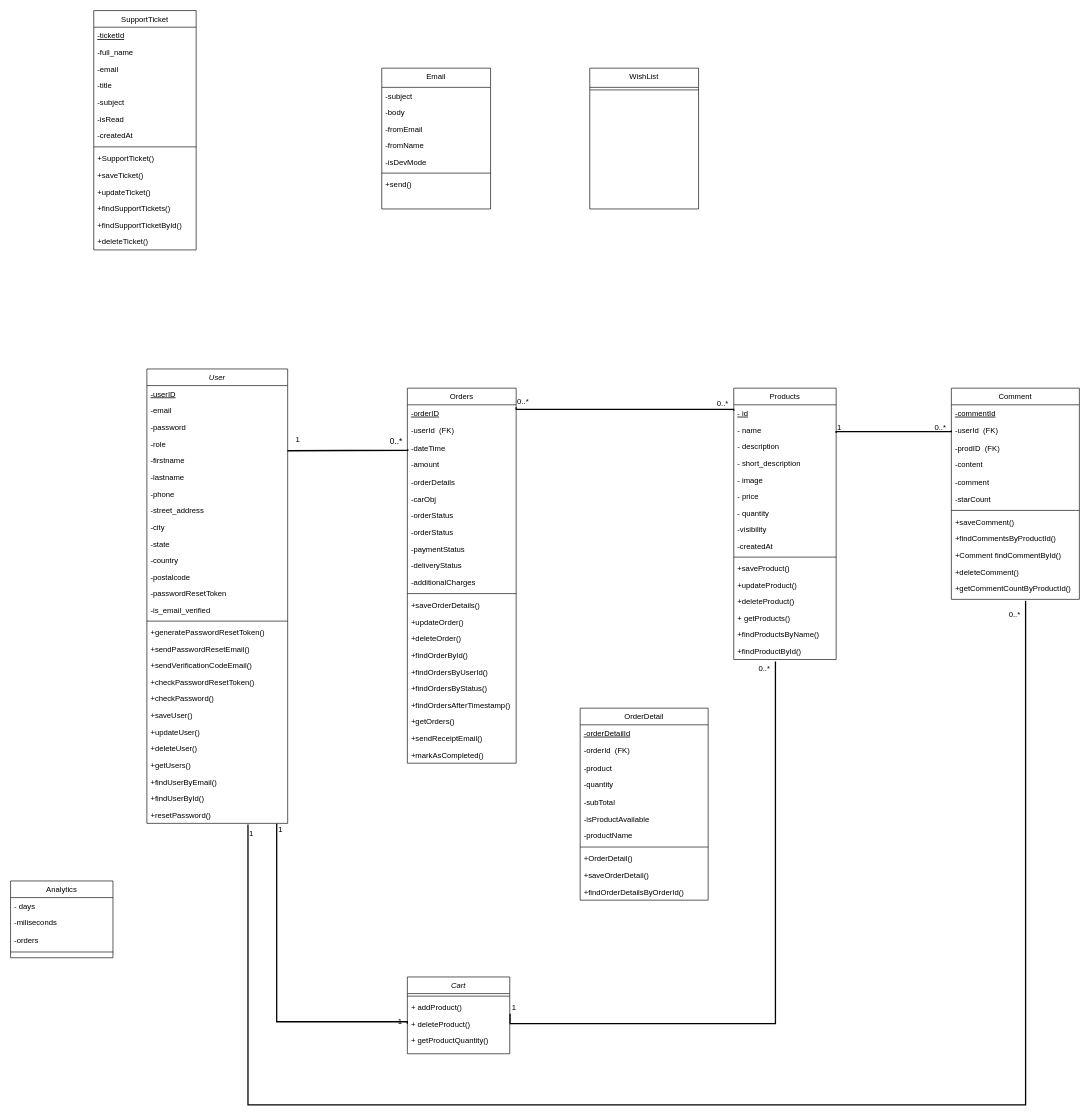
The draw.io diagram assets/diagrams/Class Diagram.drawio in isira-adithya/PUSL2024, before the edit. Source tidied: cells renumbered, new cells numbered last; positions are measured from the earlier drawing's top-left corner, leaving out a move shared by most shapes. Both pictures are drawn from the tidied source at 64%, with x=0, y=0 at pixel (10, 10).
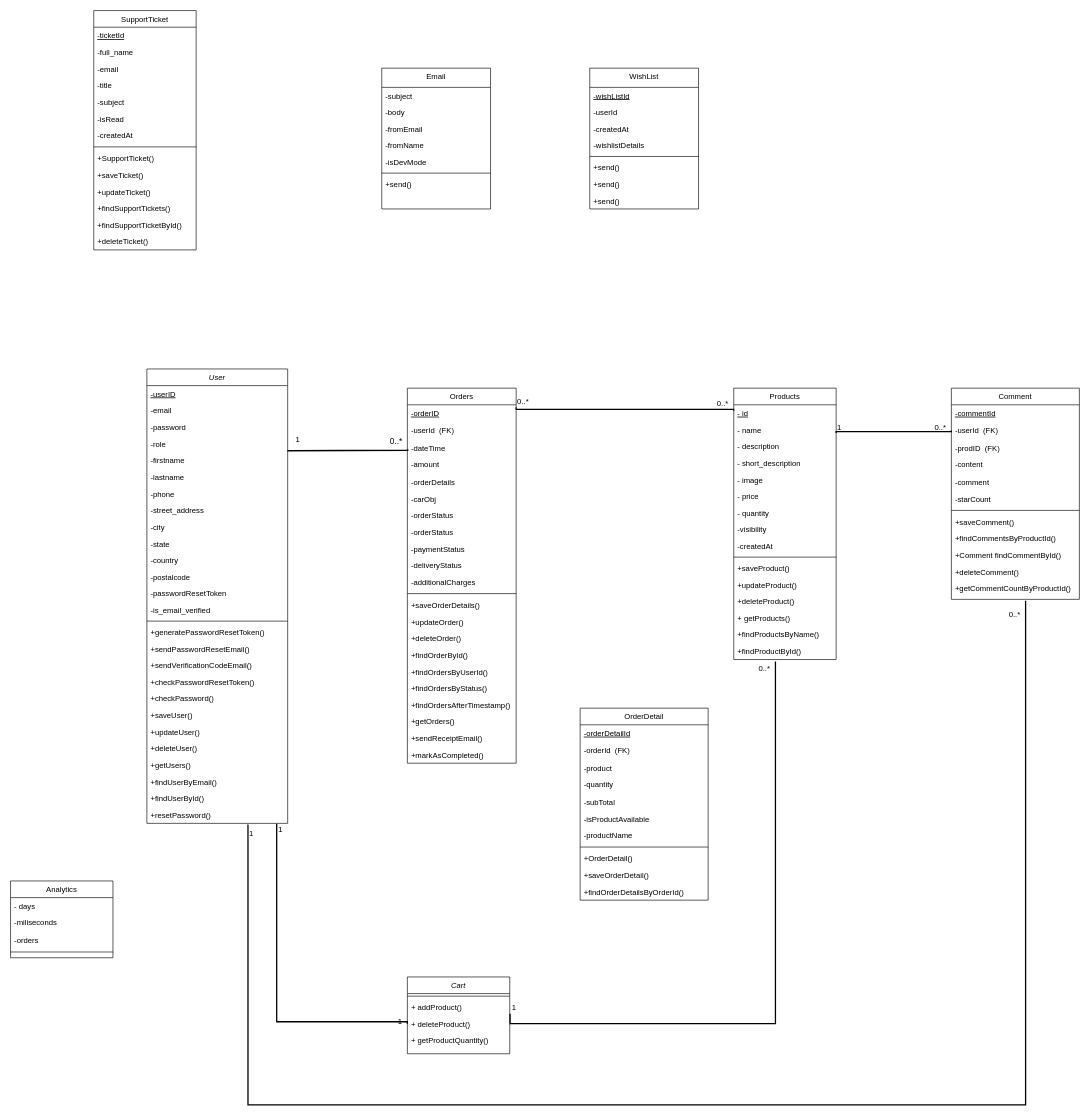
Above is the later version.

Commit message:
updated the WishList class, class diagram

The change refers to these unchanged cells:
```xml
<mxCell id="146" value="WishList" style="swimlane;fontStyle=0;align=center;verticalAlign=top;horizontal=1;startSize=30;rounded=0;shadow=0;strokeWidth=1;" parent="1" vertex="1">
  <mxGeometry x="905" y="90" width="170" height="220" as="geometry" />
</mxCell>
```

Diff of the diagram source:
```diff
@@
+    <mxCell id="148" value="-wishListId" style="text;align=left;verticalAlign=top;spacingLeft=4;spacingRight=4;overflow=hidden;fontStyle=4;" parent="146" vertex="1">
+      <mxGeometry y="30" width="170" height="26" as="geometry" />
+    </mxCell>
+    <mxCell id="149" value="-userId" style="text;align=left;verticalAlign=top;spacingLeft=4;spacingRight=4;overflow=hidden;" parent="146" vertex="1">
+      <mxGeometry y="56" width="170" height="26" as="geometry" />
+    </mxCell>
+    <mxCell id="150" value="-createdAt" style="text;align=left;verticalAlign=top;spacingLeft=4;spacingRight=4;overflow=hidden;" parent="146" vertex="1">
+      <mxGeometry y="82" width="170" height="26" as="geometry" />
+    </mxCell>
+    <mxCell id="151" value="-wishlistDetails" style="text;align=left;verticalAlign=top;spacingLeft=4;spacingRight=4;overflow=hidden;" parent="146" vertex="1">
+      <mxGeometry y="108" width="170" height="26" as="geometry" />
+    </mxCell>
     <mxCell id="147" style="line;html=1;strokeWidth=1;align=left;verticalAlign=middle;spacingTop=-1;spacingLeft=3;spacingRight=3;labelPosition=right;" parent="146" vertex="1">
-      <mxGeometry y="30" width="170" height="8" as="geometry" />
+      <mxGeometry y="134" width="170" height="8" as="geometry" />
     </mxCell>
+    <mxCell id="152" value="+send()" style="text;align=left;verticalAlign=top;spacingLeft=4;spacingRight=4;overflow=hidden;" parent="146" vertex="1">
+      <mxGeometry y="142" width="170" height="26" as="geometry" />
+    </mxCell>
+    <mxCell id="153" value="+send()" style="text;align=left;verticalAlign=top;spacingLeft=4;spacingRight=4;overflow=hidden;" parent="146" vertex="1">
+      <mxGeometry y="168" width="170" height="26" as="geometry" />
+    </mxCell>
+    <mxCell id="154" value="+send()" style="text;align=left;verticalAlign=top;spacingLeft=4;spacingRight=4;overflow=hidden;" parent="146" vertex="1">
+      <mxGeometry y="194" width="170" height="26" as="geometry" />
+    </mxCell>
```
